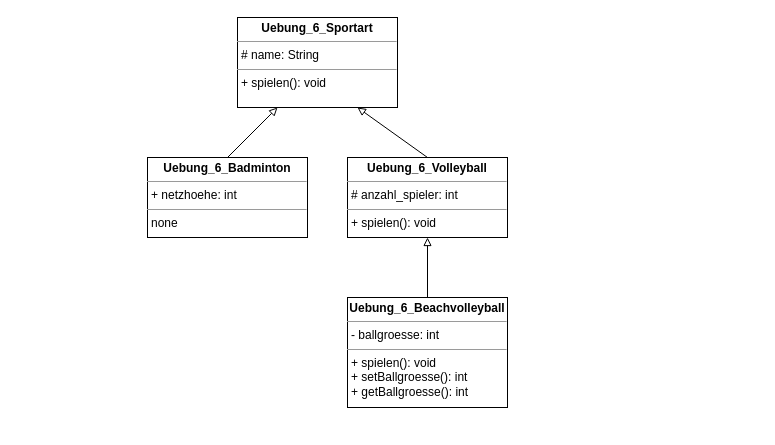
Earlier version of the draw.io diagram FOM OOP - Übung 06.drawio (lucasvohr/FOM_SS22). Source tidied: cells renumbered, new cells numbered last; positions are measured from the earlier drawing's top-left corner, leaving out a move shared by most shapes. Both pictures are drawn from the tidied source at 100%, with x=0, y=0 at pixel (147, 17).
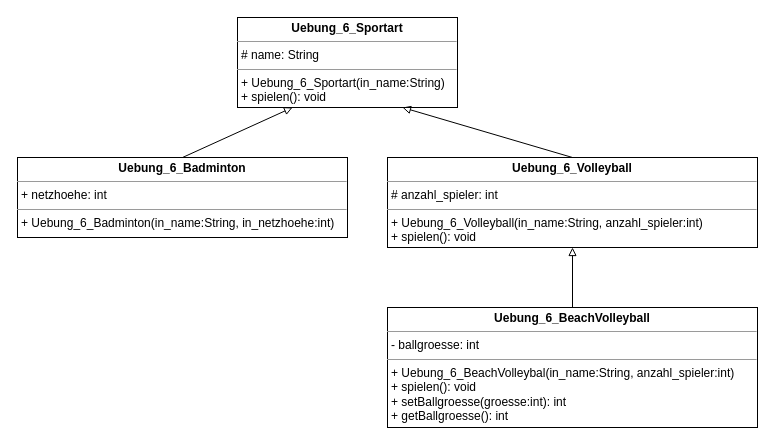
The same diagram, later.

Commit message:
Korrektur Diagramm Übung 6

The edit, as a diff of the source:
```diff
@@
 <mxGraphModel>
   <root>
     <mxCell id="0" />
     <mxCell id="1" parent="0" />
     <mxCell id="2" style="edgeStyle=none;html=1;exitX=0.5;exitY=0;exitDx=0;exitDy=0;entryX=0.25;entryY=1;entryDx=0;entryDy=0;endArrow=block;endFill=0;" parent="1" edge="1" source="3" target="4">
       <mxGeometry relative="1" as="geometry" />
     </mxCell>
-    <mxCell id="3" value="&lt;p style=&quot;margin: 0px ; margin-top: 4px ; text-align: center&quot;&gt;&lt;b&gt;Uebung_6_Badminton&lt;/b&gt;&lt;/p&gt;&lt;hr size=&quot;1&quot;&gt;&lt;p style=&quot;margin: 0px ; margin-left: 4px&quot;&gt;+ netzhoehe: int&lt;/p&gt;&lt;hr size=&quot;1&quot;&gt;&lt;p style=&quot;margin: 0px ; margin-left: 4px&quot;&gt;none&lt;/p&gt;" style="verticalAlign=top;align=left;overflow=fill;fontSize=12;fontFamily=Helvetica;html=1;" parent="1" vertex="1">
-      <mxGeometry y="140" width="160" height="80" as="geometry" />
+    <mxCell id="3" value="&lt;p style=&quot;margin: 0px ; margin-top: 4px ; text-align: center&quot;&gt;&lt;b&gt;Uebung_6_Badminton&lt;/b&gt;&lt;/p&gt;&lt;hr size=&quot;1&quot;&gt;&lt;p style=&quot;margin: 0px ; margin-left: 4px&quot;&gt;+ netzhoehe: int&lt;/p&gt;&lt;hr size=&quot;1&quot;&gt;&lt;p style=&quot;margin: 0px ; margin-left: 4px&quot;&gt;+ Uebung_6_Badminton(in_name:String, in_netzhoehe:int)&lt;/p&gt;" style="verticalAlign=top;align=left;overflow=fill;fontSize=12;fontFamily=Helvetica;html=1;" parent="1" vertex="1">
+      <mxGeometry x="-130" y="140" width="330" height="80" as="geometry" />
     </mxCell>
-    <mxCell id="4" value="&lt;p style=&quot;margin: 0px ; margin-top: 4px ; text-align: center&quot;&gt;&lt;b&gt;Uebung_6_Sportart&lt;/b&gt;&lt;/p&gt;&lt;hr size=&quot;1&quot;&gt;&lt;p style=&quot;margin: 0px ; margin-left: 4px&quot;&gt;# name: String&lt;/p&gt;&lt;hr size=&quot;1&quot;&gt;&lt;p style=&quot;margin: 0px ; margin-left: 4px&quot;&gt;+ spielen(): void&lt;/p&gt;" style="verticalAlign=top;align=left;overflow=fill;fontSize=12;fontFamily=Helvetica;html=1;" parent="1" vertex="1">
-      <mxGeometry x="90" width="160" height="90" as="geometry" />
+    <mxCell id="4" value="&lt;p style=&quot;margin: 0px ; margin-top: 4px ; text-align: center&quot;&gt;&lt;b&gt;Uebung_6_Sportart&lt;/b&gt;&lt;/p&gt;&lt;hr size=&quot;1&quot;&gt;&lt;p style=&quot;margin: 0px ; margin-left: 4px&quot;&gt;# name: String&lt;/p&gt;&lt;hr size=&quot;1&quot;&gt;&lt;p style=&quot;margin: 0px ; margin-left: 4px&quot;&gt;+ Uebung_6_Sportart(in_name:String)&lt;/p&gt;&lt;p style=&quot;margin: 0px ; margin-left: 4px&quot;&gt;+ spielen(): void&lt;/p&gt;" style="verticalAlign=top;align=left;overflow=fill;fontSize=12;fontFamily=Helvetica;html=1;" parent="1" vertex="1">
+      <mxGeometry x="90" width="220" height="90" as="geometry" />
     </mxCell>
     <mxCell id="5" style="edgeStyle=none;html=1;exitX=0.5;exitY=0;exitDx=0;exitDy=0;entryX=0.75;entryY=1;entryDx=0;entryDy=0;endArrow=block;endFill=0;" parent="1" edge="1" source="6" target="4">
       <mxGeometry relative="1" as="geometry" />
     </mxCell>
-    <mxCell id="6" value="&lt;p style=&quot;margin: 0px ; margin-top: 4px ; text-align: center&quot;&gt;&lt;b&gt;Uebung_6_Volleyball&lt;/b&gt;&lt;/p&gt;&lt;hr size=&quot;1&quot;&gt;&lt;p style=&quot;margin: 0px ; margin-left: 4px&quot;&gt;# anzahl_spieler: int&lt;/p&gt;&lt;hr size=&quot;1&quot;&gt;&lt;p style=&quot;margin: 0px ; margin-left: 4px&quot;&gt;+ spielen(): void&lt;/p&gt;" style="verticalAlign=top;align=left;overflow=fill;fontSize=12;fontFamily=Helvetica;html=1;" parent="1" vertex="1">
-      <mxGeometry x="200" y="140" width="160" height="80" as="geometry" />
+    <mxCell id="6" value="&lt;p style=&quot;margin: 0px ; margin-top: 4px ; text-align: center&quot;&gt;&lt;b&gt;Uebung_6_Volleyball&lt;/b&gt;&lt;/p&gt;&lt;hr size=&quot;1&quot;&gt;&lt;p style=&quot;margin: 0px ; margin-left: 4px&quot;&gt;# anzahl_spieler: int&lt;/p&gt;&lt;hr size=&quot;1&quot;&gt;&lt;p style=&quot;margin: 0px ; margin-left: 4px&quot;&gt;+ Uebung_6_Volleyball(in_name:String, anzahl_spieler:int)&lt;/p&gt;&lt;p style=&quot;margin: 0px ; margin-left: 4px&quot;&gt;+ spielen(): void&lt;/p&gt;" style="verticalAlign=top;align=left;overflow=fill;fontSize=12;fontFamily=Helvetica;html=1;" parent="1" vertex="1">
+      <mxGeometry x="240" y="140" width="370" height="90" as="geometry" />
     </mxCell>
     <mxCell id="7" style="edgeStyle=none;html=1;exitX=0.5;exitY=0;exitDx=0;exitDy=0;entryX=0.5;entryY=1;entryDx=0;entryDy=0;endArrow=block;endFill=0;" parent="1" edge="1" source="8" target="6">
       <mxGeometry relative="1" as="geometry" />
     </mxCell>
-    <mxCell id="8" value="&lt;p style=&quot;margin: 0px ; margin-top: 4px ; text-align: center&quot;&gt;&lt;b&gt;Uebung_6_Beachvolleyball&lt;/b&gt;&lt;/p&gt;&lt;hr size=&quot;1&quot;&gt;&lt;p style=&quot;margin: 0px ; margin-left: 4px&quot;&gt;- ballgroesse: int&lt;/p&gt;&lt;hr size=&quot;1&quot;&gt;&lt;p style=&quot;margin: 0px ; margin-left: 4px&quot;&gt;+ spielen(): void&lt;/p&gt;&lt;p style=&quot;margin: 0px ; margin-left: 4px&quot;&gt;+ setBallgroesse(): int&lt;/p&gt;&lt;p style=&quot;margin: 0px ; margin-left: 4px&quot;&gt;+ getBallgroesse(): int&lt;/p&gt;" style="verticalAlign=top;align=left;overflow=fill;fontSize=12;fontFamily=Helvetica;html=1;" parent="1" vertex="1">
-      <mxGeometry x="200" y="280" width="160" height="110" as="geometry" />
+    <mxCell id="8" value="&lt;p style=&quot;margin: 0px ; margin-top: 4px ; text-align: center&quot;&gt;&lt;b&gt;Uebung_6_BeachVolleyball&lt;/b&gt;&lt;/p&gt;&lt;hr size=&quot;1&quot;&gt;&lt;p style=&quot;margin: 0px ; margin-left: 4px&quot;&gt;- ballgroesse: int&lt;/p&gt;&lt;hr size=&quot;1&quot;&gt;&lt;p style=&quot;margin: 0px ; margin-left: 4px&quot;&gt;+ Uebung_6_BeachVolleybal(in_name:String, anzahl_spieler:int)&lt;/p&gt;&lt;p style=&quot;margin: 0px ; margin-left: 4px&quot;&gt;+ spielen(): void&lt;/p&gt;&lt;p style=&quot;margin: 0px ; margin-left: 4px&quot;&gt;+ setBallgroesse(groesse:int): int&lt;/p&gt;&lt;p style=&quot;margin: 0px ; margin-left: 4px&quot;&gt;+ getBallgroesse(): int&lt;/p&gt;" style="verticalAlign=top;align=left;overflow=fill;fontSize=12;fontFamily=Helvetica;html=1;" parent="1" vertex="1">
+      <mxGeometry x="240" y="290" width="370" height="120" as="geometry" />
     </mxCell>
   </root>
 </mxGraphModel>
```
